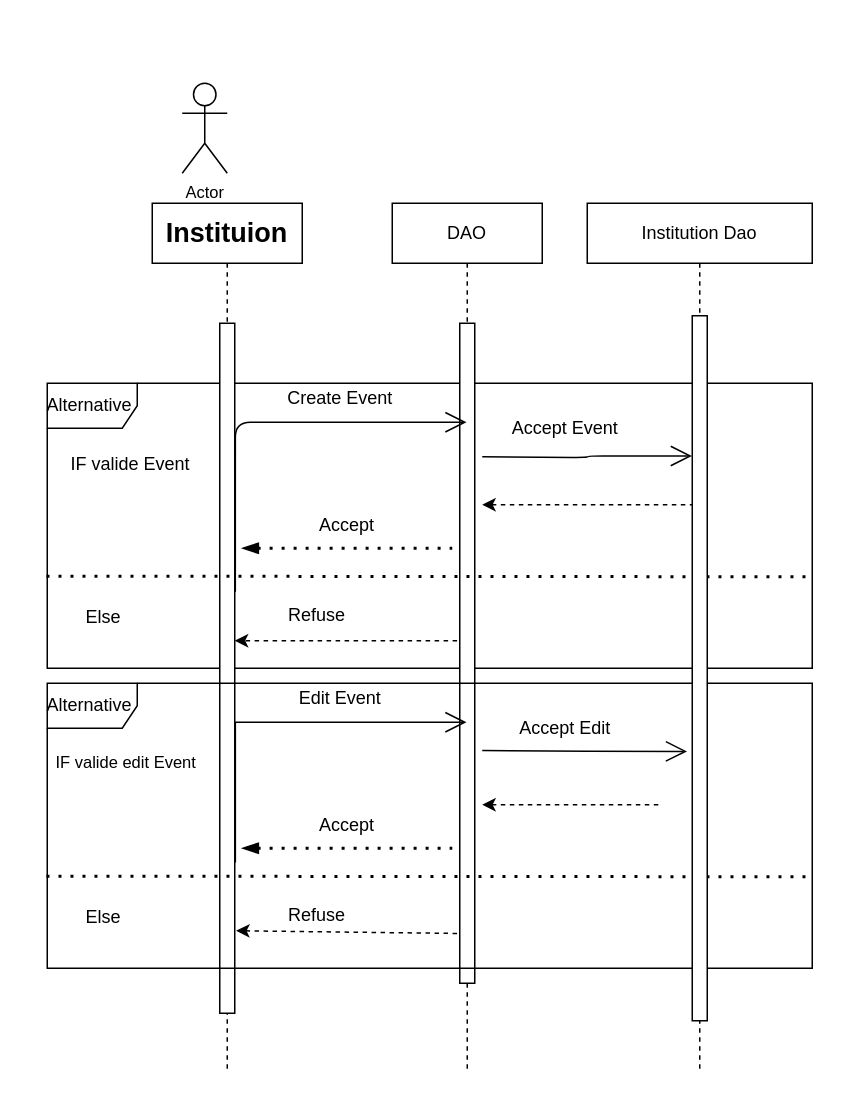
Above: page "Event Activity" (3 of 4) of InstitutionManagement.drawio in muhmagdy/Bloodify (draw.io), before the change. Source tidied: cells renumbered, new cells numbered last; positions are measured from the earlier drawing's top-left corner, leaving out a move shared by most shapes. Both pictures are drawn from the tidied source at 150%, with x=0, y=0 at pixel (46, 82).
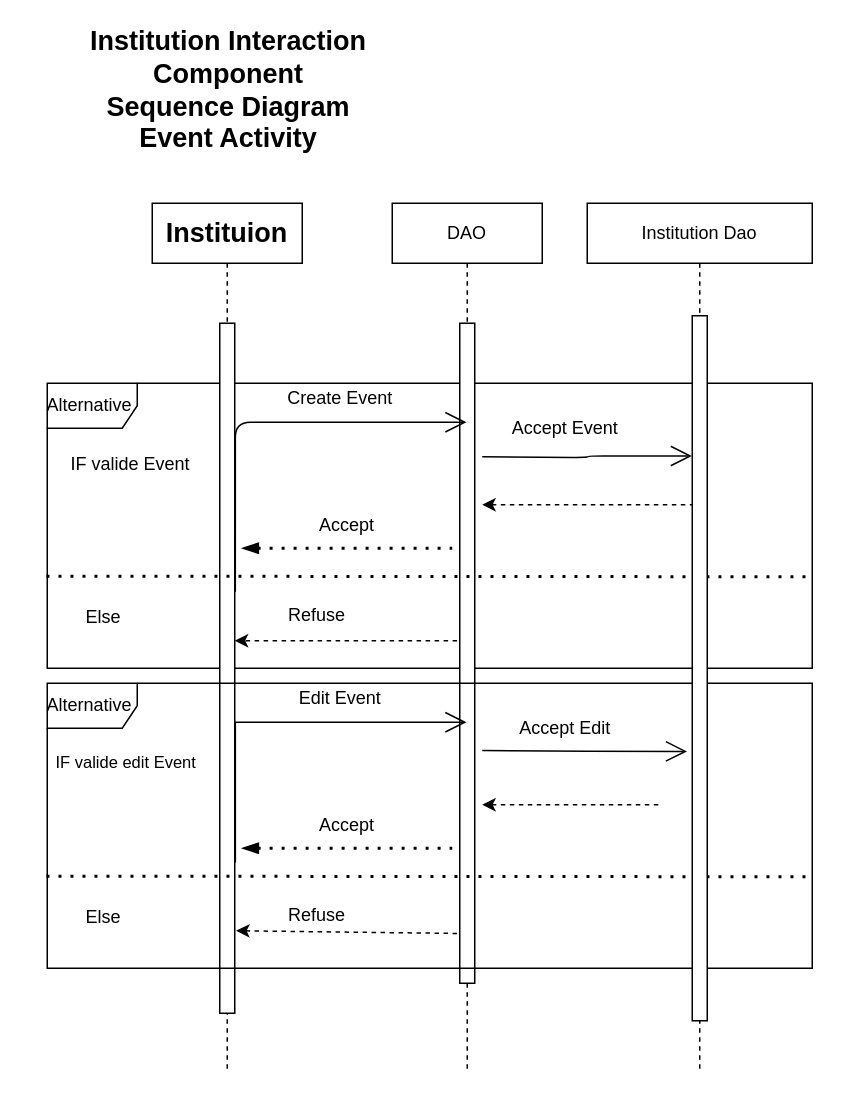
Above is the later version.

Change to the diagram source:
```diff
@@
-    <mxCell id="35" value="Actor" style="shape=umlActor;verticalLabelPosition=bottom;verticalAlign=top;html=1;fontSize=11;" parent="1" vertex="1">
-      <mxGeometry x="90" width="30" height="60" as="geometry" />
-    </mxCell>
+    <mxCell id="36" value="Institution Interaction Component &lt;br style=&quot;font-size: 18px;&quot;&gt;Sequence Diagram&lt;br&gt;Event Activity" style="text;html=1;strokeColor=none;fillColor=none;align=center;verticalAlign=middle;whiteSpace=wrap;rounded=0;fontStyle=1;fontSize=18;" parent="1" vertex="1">
+      <mxGeometry x="-14.5" y="-30" width="270" height="70" as="geometry" />
+    </mxCell>
```
